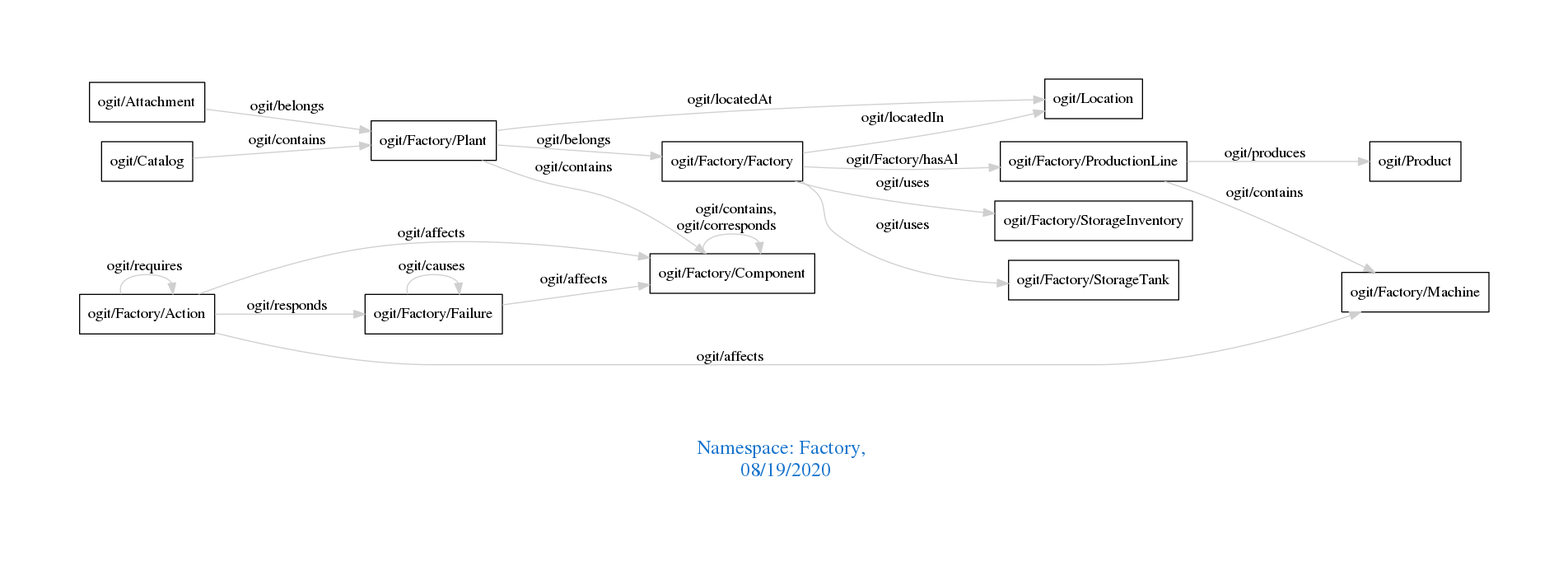
The Graphviz diagram downloads/Factory.png in arago/OGIT, before a commit. Its source is kept beside it as downloads/Factory.dot.
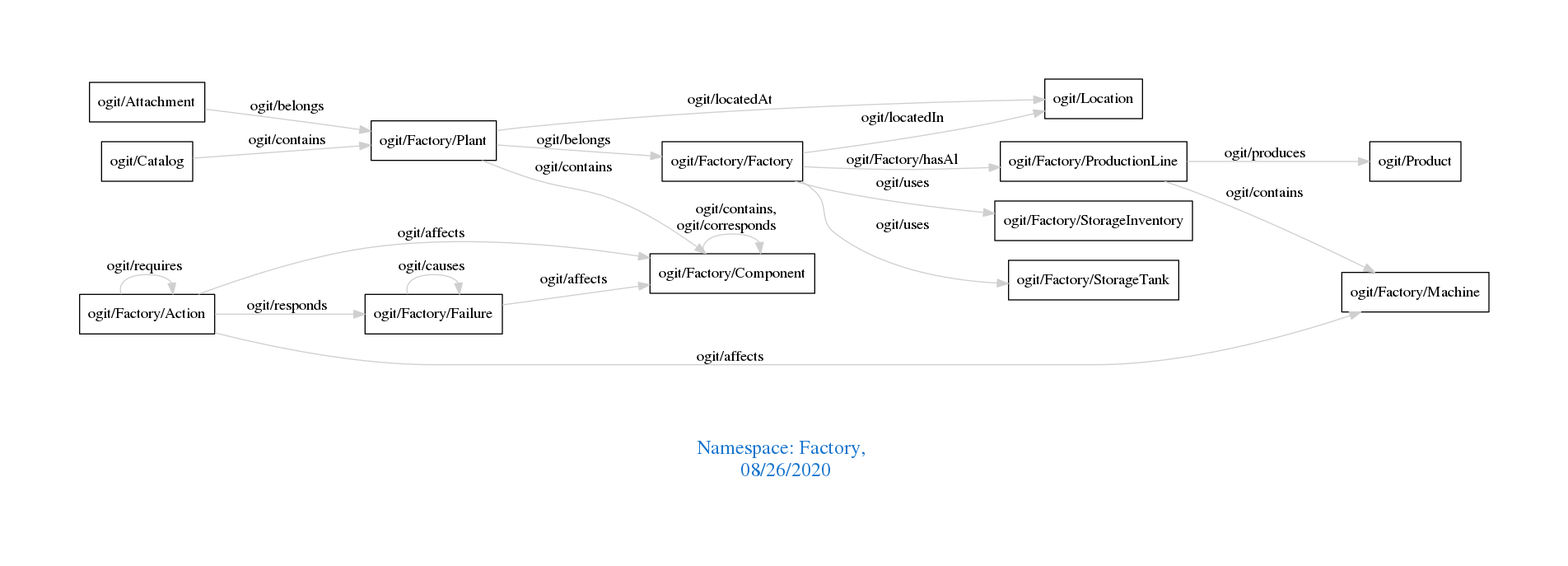
The same diagram one commit later.

Diff of the diagram source:
```diff
@@ -1,7 +1,7 @@
 digraph OGIT_ontology {
  graph [ rankdir= LR,pad=1
 fontsize = 18,
-fontcolor= dodgerblue3,label = "\n\n\nNamespace: Factory, \n 08/19/2020"];
+fontcolor= dodgerblue3,label = "\n\n\nNamespace: Factory, \n 08/26/2020"];
 node[shape=polygon];
 edge [  color="gray81"];
 
```
